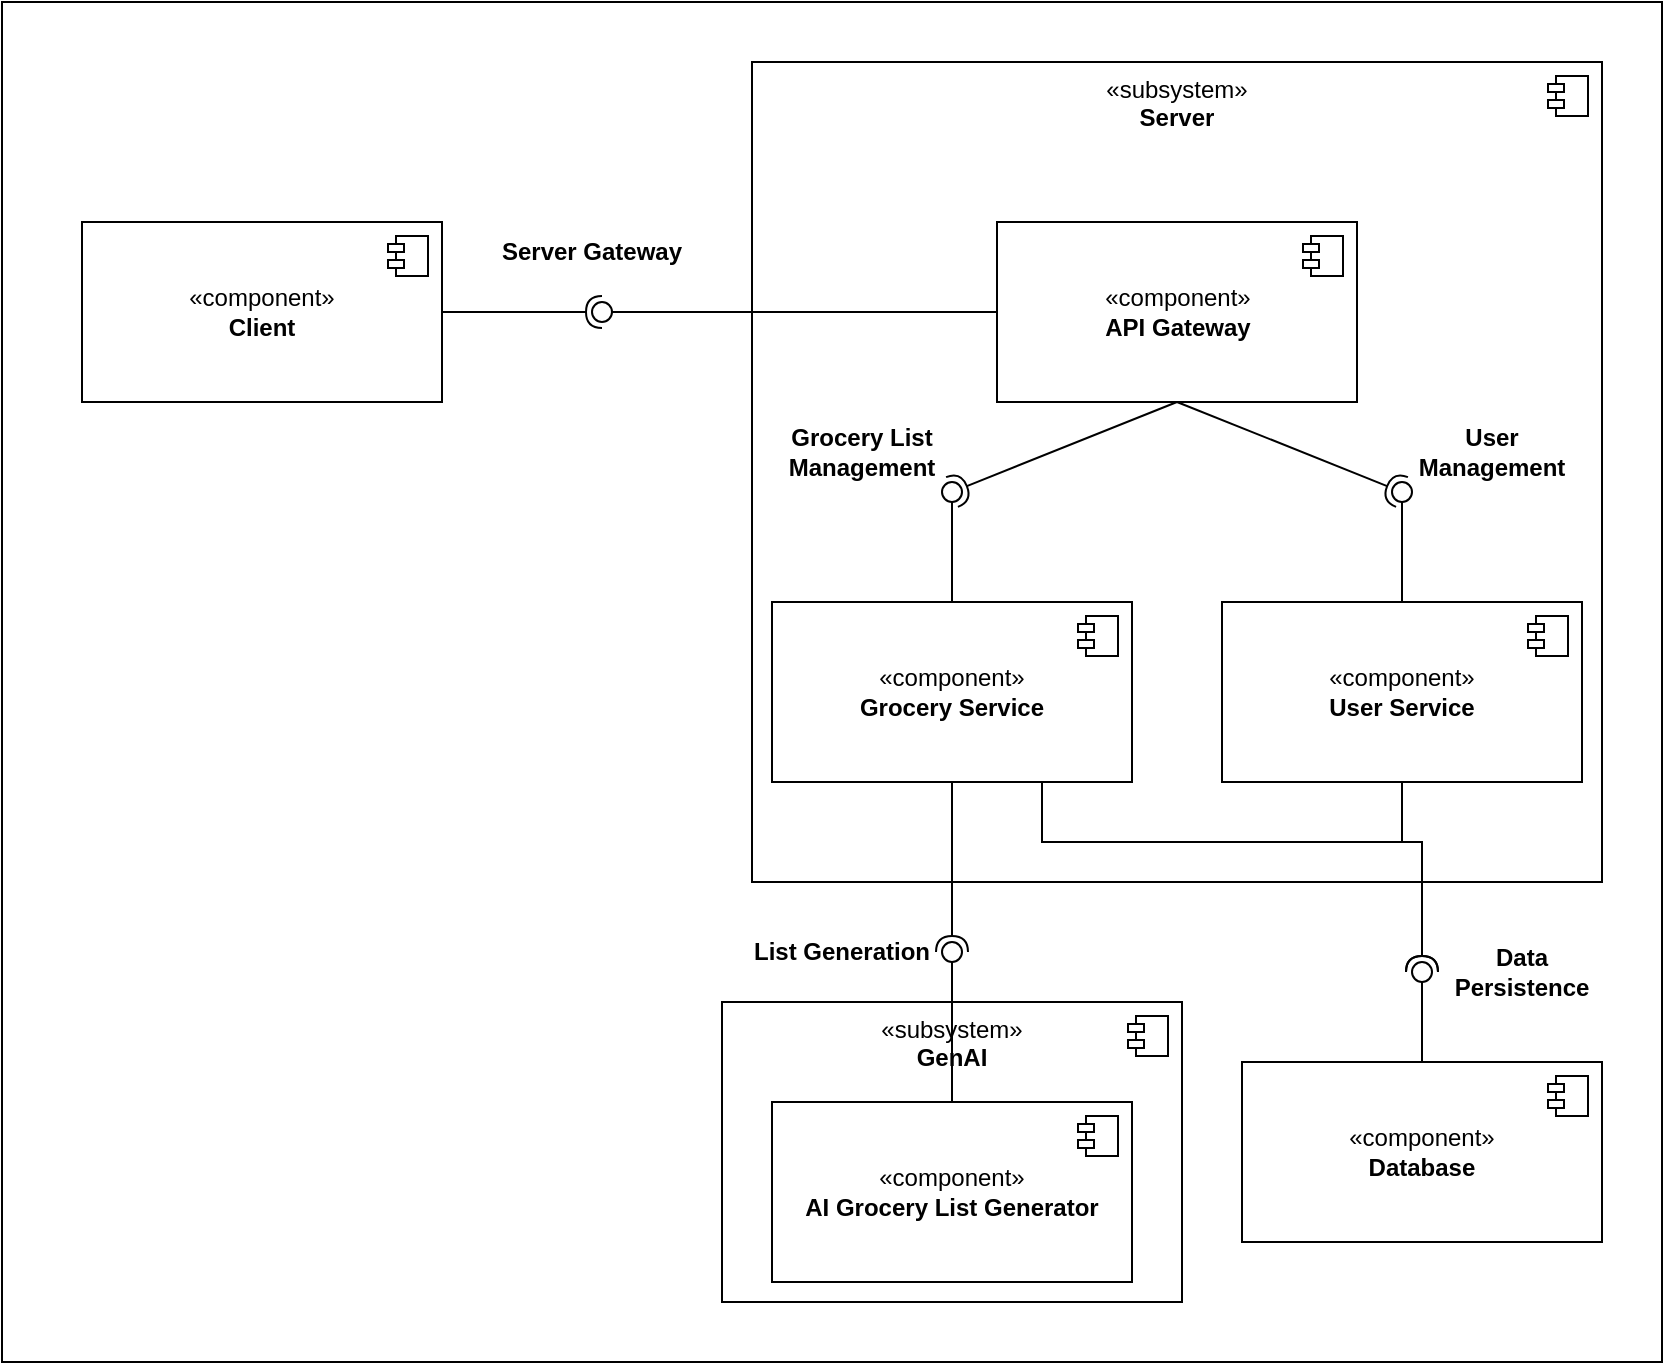
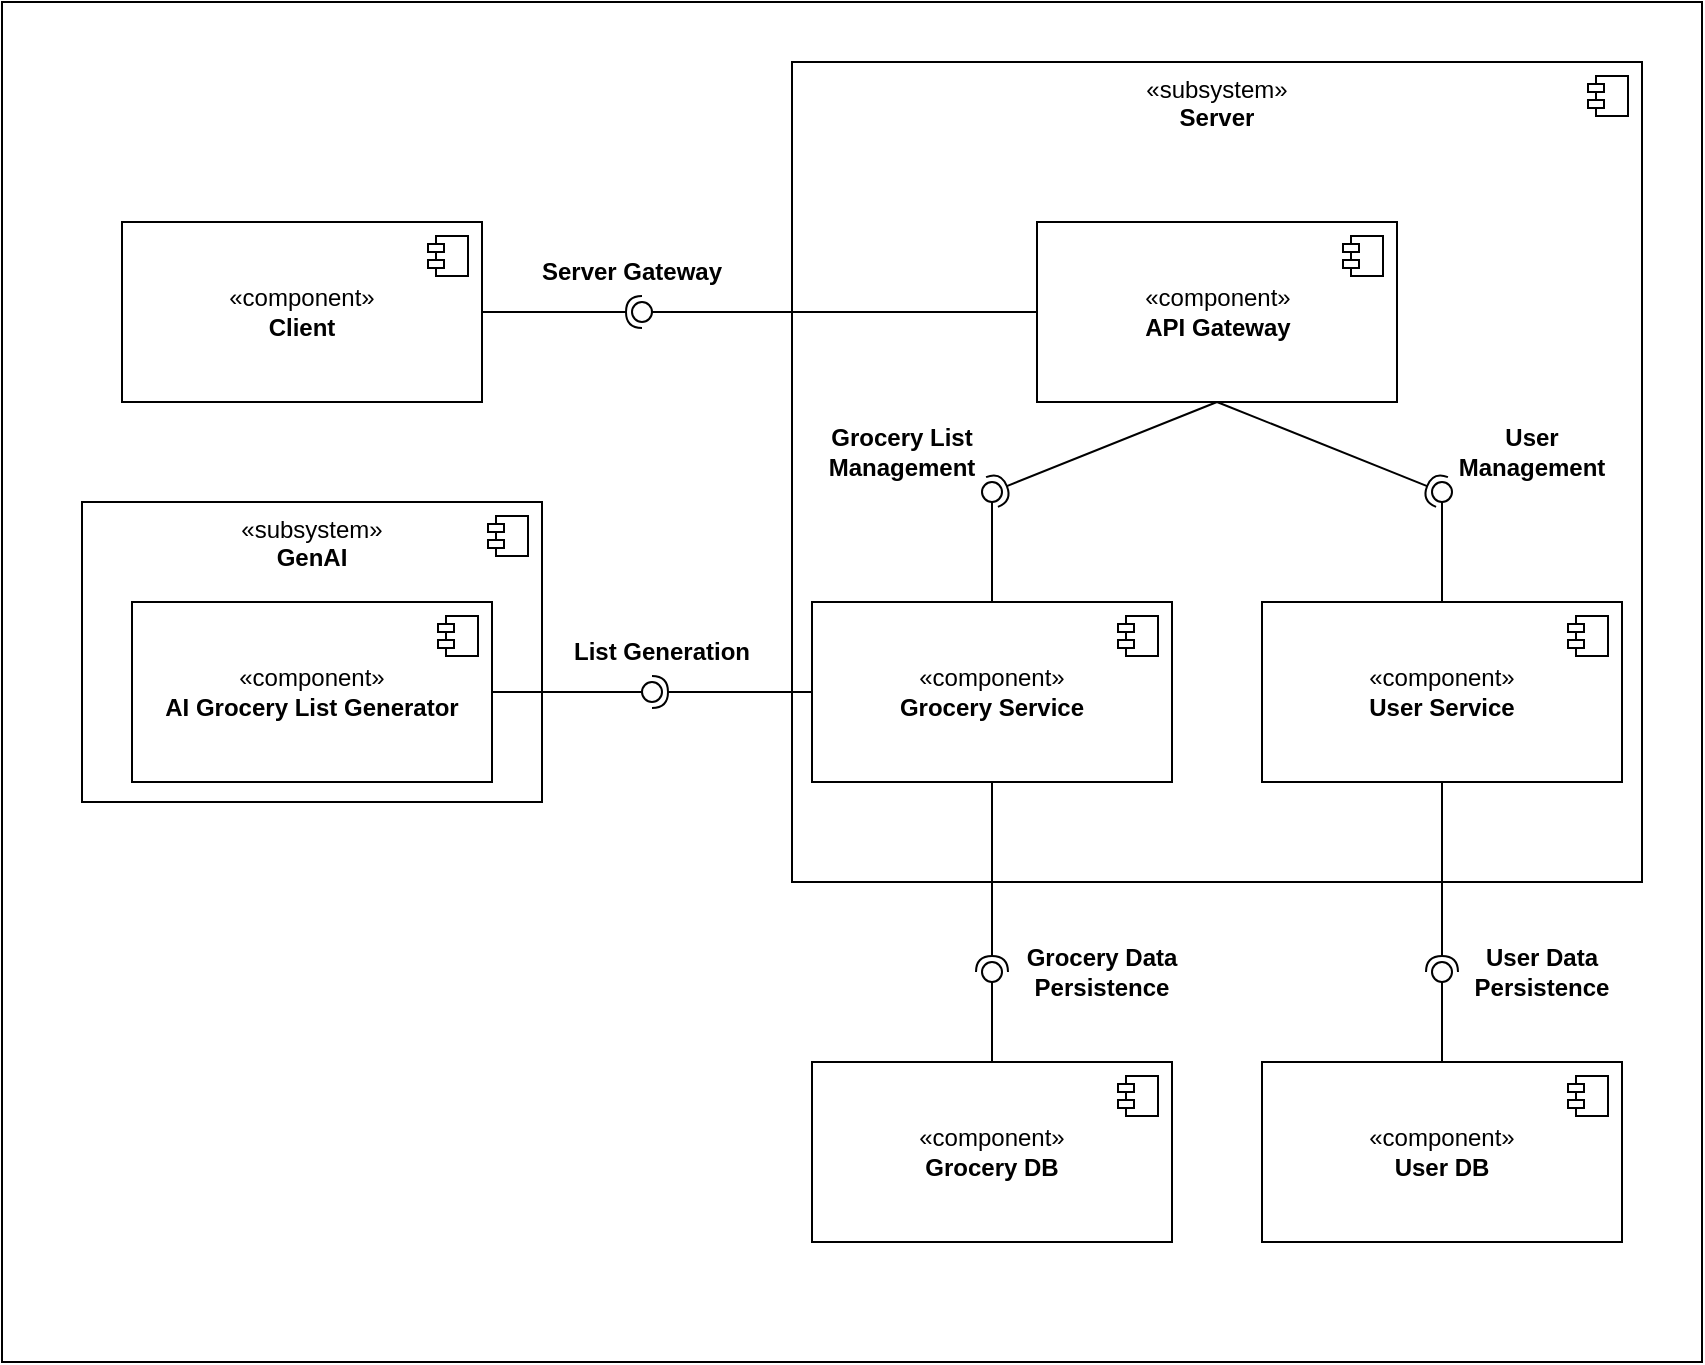
<mxfile host="app.diagrams.net">
  <diagram name="Seite-1" id="3CqmzkKTM3du30RhE17d">
-     <mxGraphModel dx="813" dy="1196" grid="1" gridSize="10" guides="1" tooltips="1" connect="1" arrows="1" fold="1" page="1" pageScale="1" pageWidth="827" pageHeight="1169" math="0" shadow="0">
+     <mxGraphModel dx="2180" dy="1376" grid="1" gridSize="10" guides="1" tooltips="1" connect="1" arrows="1" fold="1" page="1" pageScale="1" pageWidth="827" pageHeight="1169" math="0" shadow="0">
      <root>
        <mxCell id="0" />
        <mxCell id="1" parent="0" />
        <mxCell id="n3mWpFttNgcZEZGQTe_b-2" parent="1" style="swimlane;fontStyle=1;align=center;verticalAlign=top;childLayout=stackLayout;horizontal=1;startSize=26;horizontalStack=0;resizeParent=1;resizeParentMax=0;resizeLast=0;collapsible=1;marginBottom=0;whiteSpace=wrap;html=1;" value="User" vertex="1">
          <mxGeometry height="130" width="160" x="80" y="80" as="geometry" />
        </mxCell>
        <mxCell id="n3mWpFttNgcZEZGQTe_b-3" parent="n3mWpFttNgcZEZGQTe_b-2" style="text;strokeColor=none;fillColor=none;align=left;verticalAlign=top;spacingLeft=4;spacingRight=4;overflow=hidden;rotatable=0;points=[[0,0.5],[1,0.5]];portConstraint=eastwest;whiteSpace=wrap;html=1;" value="- id: UUID&lt;div&gt;- name: String&lt;/div&gt;&lt;div&gt;- password: String&lt;/div&gt;" vertex="1">
          <mxGeometry height="54" width="160" y="26" as="geometry" />
        </mxCell>
        <mxCell id="n3mWpFttNgcZEZGQTe_b-4" parent="n3mWpFttNgcZEZGQTe_b-2" style="line;strokeWidth=1;fillColor=none;align=left;verticalAlign=middle;spacingTop=-1;spacingLeft=3;spacingRight=3;rotatable=0;labelPosition=right;points=[];portConstraint=eastwest;strokeColor=inherit;" value="" vertex="1">
          <mxGeometry height="8" width="160" y="80" as="geometry" />
        </mxCell>
        <mxCell id="n3mWpFttNgcZEZGQTe_b-5" parent="n3mWpFttNgcZEZGQTe_b-2" style="text;strokeColor=none;fillColor=none;align=left;verticalAlign=top;spacingLeft=4;spacingRight=4;overflow=hidden;rotatable=0;points=[[0,0.5],[1,0.5]];portConstraint=eastwest;whiteSpace=wrap;html=1;" value="&lt;div&gt;+ login()&lt;/div&gt;+ resetGroceryList()" vertex="1">
          <mxGeometry height="42" width="160" y="88" as="geometry" />
        </mxCell>
        <mxCell id="n3mWpFttNgcZEZGQTe_b-6" parent="1" style="swimlane;fontStyle=1;align=center;verticalAlign=top;childLayout=stackLayout;horizontal=1;startSize=26;horizontalStack=0;resizeParent=1;resizeParentMax=0;resizeLast=0;collapsible=1;marginBottom=0;whiteSpace=wrap;html=1;" value="GroceryList" vertex="1">
          <mxGeometry height="110" width="160" x="520" y="90" as="geometry" />
        </mxCell>
        <mxCell id="n3mWpFttNgcZEZGQTe_b-7" parent="n3mWpFttNgcZEZGQTe_b-6" style="text;strokeColor=none;fillColor=none;align=left;verticalAlign=top;spacingLeft=4;spacingRight=4;overflow=hidden;rotatable=0;points=[[0,0.5],[1,0.5]];portConstraint=eastwest;whiteSpace=wrap;html=1;" value="- id: UUID" vertex="1">
          <mxGeometry height="34" width="160" y="26" as="geometry" />
        </mxCell>
        <mxCell id="n3mWpFttNgcZEZGQTe_b-8" parent="n3mWpFttNgcZEZGQTe_b-6" style="line;strokeWidth=1;fillColor=none;align=left;verticalAlign=middle;spacingTop=-1;spacingLeft=3;spacingRight=3;rotatable=0;labelPosition=right;points=[];portConstraint=eastwest;strokeColor=inherit;" value="" vertex="1">
          <mxGeometry height="8" width="160" y="60" as="geometry" />
        </mxCell>
        <mxCell id="n3mWpFttNgcZEZGQTe_b-9" parent="n3mWpFttNgcZEZGQTe_b-6" style="text;strokeColor=none;fillColor=none;align=left;verticalAlign=top;spacingLeft=4;spacingRight=4;overflow=hidden;rotatable=0;points=[[0,0.5],[1,0.5]];portConstraint=eastwest;whiteSpace=wrap;html=1;" value="+ addItem()&lt;div&gt;+ removeItem()&lt;/div&gt;" vertex="1">
          <mxGeometry height="42" width="160" y="68" as="geometry" />
        </mxCell>
        <mxCell id="n3mWpFttNgcZEZGQTe_b-10" parent="1" style="swimlane;fontStyle=1;align=center;verticalAlign=top;childLayout=stackLayout;horizontal=1;startSize=26;horizontalStack=0;resizeParent=1;resizeParentMax=0;resizeLast=0;collapsible=1;marginBottom=0;whiteSpace=wrap;html=1;" value="GroceryItem" vertex="1">
          <mxGeometry height="140" width="160" x="510" y="280" as="geometry" />
        </mxCell>
        <mxCell id="n3mWpFttNgcZEZGQTe_b-11" parent="n3mWpFttNgcZEZGQTe_b-10" style="text;strokeColor=none;fillColor=none;align=left;verticalAlign=top;spacingLeft=4;spacingRight=4;overflow=hidden;rotatable=0;points=[[0,0.5],[1,0.5]];portConstraint=eastwest;whiteSpace=wrap;html=1;" value="- name: String&lt;div&gt;- quantity: float&lt;/div&gt;&lt;div&gt;- unit: String&lt;/div&gt;" vertex="1">
          <mxGeometry height="64" width="160" y="26" as="geometry" />
        </mxCell>
        <mxCell id="n3mWpFttNgcZEZGQTe_b-12" parent="n3mWpFttNgcZEZGQTe_b-10" style="line;strokeWidth=1;fillColor=none;align=left;verticalAlign=middle;spacingTop=-1;spacingLeft=3;spacingRight=3;rotatable=0;labelPosition=right;points=[];portConstraint=eastwest;strokeColor=inherit;" value="" vertex="1">
          <mxGeometry height="8" width="160" y="90" as="geometry" />
        </mxCell>
        <mxCell id="n3mWpFttNgcZEZGQTe_b-13" parent="n3mWpFttNgcZEZGQTe_b-10" style="text;strokeColor=none;fillColor=none;align=left;verticalAlign=top;spacingLeft=4;spacingRight=4;overflow=hidden;rotatable=0;points=[[0,0.5],[1,0.5]];portConstraint=eastwest;whiteSpace=wrap;html=1;" value="+ addItem()&lt;div&gt;+ removeItem()&lt;/div&gt;" vertex="1">
          <mxGeometry height="42" width="160" y="98" as="geometry" />
        </mxCell>
        <mxCell id="5VLlb7RSpZgbVUeRD6Xn-1" parent="1" style="rounded=0;whiteSpace=wrap;html=1;" value="" vertex="1">
-           <mxGeometry height="680" width="830" y="40" as="geometry" />
+           <mxGeometry height="680" width="850" x="-20" y="40" as="geometry" />
        </mxCell>
        <mxCell id="5VLlb7RSpZgbVUeRD6Xn-2" parent="1" style="html=1;dropTarget=0;whiteSpace=wrap;verticalAlign=top;" value="«subsystem»&lt;br&gt;&lt;b&gt;GenAI&lt;/b&gt;" vertex="1">
-           <mxGeometry height="150" width="230" x="360" y="540" as="geometry" />
+           <mxGeometry height="150" width="230" x="20" y="290" as="geometry" />
        </mxCell>
        <mxCell id="5VLlb7RSpZgbVUeRD6Xn-3" parent="5VLlb7RSpZgbVUeRD6Xn-2" style="shape=module;jettyWidth=8;jettyHeight=4;" value="" vertex="1">
          <mxGeometry height="20" relative="1" width="20" x="1" as="geometry">
            <mxPoint x="-27" y="7" as="offset" />
          </mxGeometry>
        </mxCell>
        <mxCell id="5VLlb7RSpZgbVUeRD6Xn-4" parent="1" style="html=1;dropTarget=0;whiteSpace=wrap;verticalAlign=top;" value="«subsystem»&lt;br&gt;&lt;b&gt;Server&lt;/b&gt;" vertex="1">
          <mxGeometry height="410" width="425" x="375" y="70" as="geometry" />
        </mxCell>
        <mxCell id="5VLlb7RSpZgbVUeRD6Xn-5" parent="5VLlb7RSpZgbVUeRD6Xn-4" style="shape=module;jettyWidth=8;jettyHeight=4;" value="" vertex="1">
          <mxGeometry height="20" relative="1" width="20" x="1" as="geometry">
            <mxPoint x="-27" y="7" as="offset" />
          </mxGeometry>
        </mxCell>
        <mxCell id="5VLlb7RSpZgbVUeRD6Xn-6" parent="1" style="html=1;dropTarget=0;whiteSpace=wrap;" value="«component»&lt;br&gt;&lt;b&gt;Client&lt;/b&gt;" vertex="1">
          <mxGeometry height="90" width="180" x="40" y="150" as="geometry" />
        </mxCell>
        <mxCell id="5VLlb7RSpZgbVUeRD6Xn-7" parent="5VLlb7RSpZgbVUeRD6Xn-6" style="shape=module;jettyWidth=8;jettyHeight=4;" value="" vertex="1">
          <mxGeometry height="20" relative="1" width="20" x="1" as="geometry">
            <mxPoint x="-27" y="7" as="offset" />
          </mxGeometry>
        </mxCell>
        <mxCell id="5VLlb7RSpZgbVUeRD6Xn-8" parent="1" style="html=1;dropTarget=0;whiteSpace=wrap;" value="«component»&lt;br&gt;&lt;b&gt;API Gateway&lt;/b&gt;" vertex="1">
          <mxGeometry height="90" width="180" x="497.5" y="150" as="geometry" />
        </mxCell>
        <mxCell id="5VLlb7RSpZgbVUeRD6Xn-9" parent="5VLlb7RSpZgbVUeRD6Xn-8" style="shape=module;jettyWidth=8;jettyHeight=4;" value="" vertex="1">
          <mxGeometry height="20" relative="1" width="20" x="1" as="geometry">
            <mxPoint x="-27" y="7" as="offset" />
          </mxGeometry>
        </mxCell>
        <mxCell id="5VLlb7RSpZgbVUeRD6Xn-10" parent="1" style="ellipse;whiteSpace=wrap;html=1;align=center;aspect=fixed;fillColor=none;strokeColor=none;resizable=0;perimeter=centerPerimeter;rotatable=0;allowArrows=0;points=[];outlineConnect=1;" value="" vertex="1">
          <mxGeometry height="10" width="10" x="405" y="310" as="geometry" />
        </mxCell>
        <mxCell id="5VLlb7RSpZgbVUeRD6Xn-11" edge="1" parent="1" source="5VLlb7RSpZgbVUeRD6Xn-6" style="rounded=0;orthogonalLoop=1;jettySize=auto;html=1;endArrow=halfCircle;endFill=0;endSize=6;strokeWidth=1;sketch=0;exitX=1;exitY=0.5;exitDx=0;exitDy=0;" value="">
          <mxGeometry relative="1" as="geometry">
            <mxPoint x="277.5" y="320" as="sourcePoint" />
            <mxPoint x="300" y="195" as="targetPoint" />
          </mxGeometry>
        </mxCell>
        <mxCell id="5VLlb7RSpZgbVUeRD6Xn-12" edge="1" parent="1" source="5VLlb7RSpZgbVUeRD6Xn-8" style="rounded=0;orthogonalLoop=1;jettySize=auto;html=1;endArrow=oval;endFill=0;sketch=0;sourcePerimeterSpacing=0;targetPerimeterSpacing=0;endSize=10;exitX=0;exitY=0.5;exitDx=0;exitDy=0;" value="">
          <mxGeometry relative="1" as="geometry">
            <mxPoint x="340" y="220" as="sourcePoint" />
            <mxPoint x="300" y="195" as="targetPoint" />
          </mxGeometry>
        </mxCell>
        <mxCell id="5VLlb7RSpZgbVUeRD6Xn-13" parent="1" style="ellipse;whiteSpace=wrap;html=1;align=center;aspect=fixed;fillColor=none;strokeColor=none;resizable=0;perimeter=centerPerimeter;rotatable=0;allowArrows=0;points=[];outlineConnect=1;" value="" vertex="1">
          <mxGeometry height="10" width="10" x="375" y="190" as="geometry" />
        </mxCell>
        <mxCell id="5VLlb7RSpZgbVUeRD6Xn-14" parent="1" style="text;html=1;whiteSpace=wrap;strokeColor=none;fillColor=none;align=center;verticalAlign=middle;rounded=0;" value="&lt;b&gt;Server Gateway&lt;/b&gt;" vertex="1">
-           <mxGeometry height="30" width="110" x="240" y="150" as="geometry" />
+           <mxGeometry height="30" width="110" x="240" y="160" as="geometry" />
        </mxCell>
        <mxCell id="5VLlb7RSpZgbVUeRD6Xn-15" parent="1" style="html=1;dropTarget=0;whiteSpace=wrap;" value="«component»&lt;br&gt;&lt;b&gt;Grocery Service&lt;/b&gt;" vertex="1">
          <mxGeometry height="90" width="180" x="385" y="340" as="geometry" />
        </mxCell>
        <mxCell id="5VLlb7RSpZgbVUeRD6Xn-16" parent="5VLlb7RSpZgbVUeRD6Xn-15" style="shape=module;jettyWidth=8;jettyHeight=4;" value="" vertex="1">
          <mxGeometry height="20" relative="1" width="20" x="1" as="geometry">
            <mxPoint x="-27" y="7" as="offset" />
          </mxGeometry>
        </mxCell>
        <mxCell id="5VLlb7RSpZgbVUeRD6Xn-17" parent="1" style="html=1;dropTarget=0;whiteSpace=wrap;" value="«component»&lt;br&gt;&lt;b&gt;User Service&lt;/b&gt;" vertex="1">
          <mxGeometry height="90" width="180" x="610" y="340" as="geometry" />
        </mxCell>
        <mxCell id="5VLlb7RSpZgbVUeRD6Xn-18" parent="5VLlb7RSpZgbVUeRD6Xn-17" style="shape=module;jettyWidth=8;jettyHeight=4;" value="" vertex="1">
          <mxGeometry height="20" relative="1" width="20" x="1" as="geometry">
            <mxPoint x="-27" y="7" as="offset" />
          </mxGeometry>
        </mxCell>
        <mxCell id="5VLlb7RSpZgbVUeRD6Xn-19" parent="1" style="html=1;dropTarget=0;whiteSpace=wrap;" value="«component»&lt;br&gt;&lt;b&gt;AI Grocery List Generator&lt;/b&gt;" vertex="1">
-           <mxGeometry height="90" width="180" x="385" y="590" as="geometry" />
+           <mxGeometry height="90" width="180" x="45" y="340" as="geometry" />
        </mxCell>
        <mxCell id="5VLlb7RSpZgbVUeRD6Xn-20" parent="5VLlb7RSpZgbVUeRD6Xn-19" style="shape=module;jettyWidth=8;jettyHeight=4;" value="" vertex="1">
          <mxGeometry height="20" relative="1" width="20" x="1" as="geometry">
            <mxPoint x="-27" y="7" as="offset" />
          </mxGeometry>
        </mxCell>
        <mxCell id="5VLlb7RSpZgbVUeRD6Xn-21" edge="1" parent="1" source="5VLlb7RSpZgbVUeRD6Xn-8" style="rounded=0;orthogonalLoop=1;jettySize=auto;html=1;endArrow=halfCircle;endFill=0;endSize=6;strokeWidth=1;sketch=0;exitX=0.5;exitY=1;exitDx=0;exitDy=0;" target="5VLlb7RSpZgbVUeRD6Xn-23" value="">
          <mxGeometry relative="1" as="geometry">
            <mxPoint x="520" y="285" as="sourcePoint" />
          </mxGeometry>
        </mxCell>
        <mxCell id="5VLlb7RSpZgbVUeRD6Xn-22" edge="1" parent="1" source="5VLlb7RSpZgbVUeRD6Xn-15" style="rounded=0;orthogonalLoop=1;jettySize=auto;html=1;endArrow=oval;endFill=0;sketch=0;sourcePerimeterSpacing=0;targetPerimeterSpacing=0;endSize=10;entryX=0.3;entryY=0.9;entryDx=0;entryDy=0;entryPerimeter=0;exitX=0.5;exitY=0;exitDx=0;exitDy=0;" target="5VLlb7RSpZgbVUeRD6Xn-23" value="">
          <mxGeometry relative="1" as="geometry">
            <mxPoint x="220" y="340" as="sourcePoint" />
          </mxGeometry>
        </mxCell>
        <mxCell id="5VLlb7RSpZgbVUeRD6Xn-23" parent="1" style="ellipse;whiteSpace=wrap;html=1;align=center;aspect=fixed;fillColor=none;strokeColor=none;resizable=0;perimeter=centerPerimeter;rotatable=0;allowArrows=0;points=[];outlineConnect=1;" value="" vertex="1">
          <mxGeometry height="10" width="10" x="470" y="280" as="geometry" />
        </mxCell>
        <mxCell id="5VLlb7RSpZgbVUeRD6Xn-24" edge="1" parent="1" source="5VLlb7RSpZgbVUeRD6Xn-8" style="rounded=0;orthogonalLoop=1;jettySize=auto;html=1;endArrow=halfCircle;endFill=0;endSize=6;strokeWidth=1;sketch=0;exitX=0.5;exitY=1;exitDx=0;exitDy=0;" target="5VLlb7RSpZgbVUeRD6Xn-26" value="">
          <mxGeometry relative="1" as="geometry">
            <mxPoint x="700" y="295" as="sourcePoint" />
          </mxGeometry>
        </mxCell>
        <mxCell id="5VLlb7RSpZgbVUeRD6Xn-25" edge="1" parent="1" source="5VLlb7RSpZgbVUeRD6Xn-17" style="rounded=0;orthogonalLoop=1;jettySize=auto;html=1;endArrow=oval;endFill=0;sketch=0;sourcePerimeterSpacing=0;targetPerimeterSpacing=0;endSize=10;entryX=0.2;entryY=0.7;entryDx=0;entryDy=0;entryPerimeter=0;exitX=0.5;exitY=0;exitDx=0;exitDy=0;" target="5VLlb7RSpZgbVUeRD6Xn-26" value="">
          <mxGeometry relative="1" as="geometry">
            <mxPoint x="200" y="330" as="sourcePoint" />
          </mxGeometry>
        </mxCell>
        <mxCell id="5VLlb7RSpZgbVUeRD6Xn-26" parent="1" style="ellipse;whiteSpace=wrap;html=1;align=center;aspect=fixed;fillColor=none;strokeColor=none;resizable=0;perimeter=centerPerimeter;rotatable=0;allowArrows=0;points=[];outlineConnect=1;" value="" vertex="1">
          <mxGeometry height="10" width="10" x="695" y="280" as="geometry" />
        </mxCell>
        <mxCell id="5VLlb7RSpZgbVUeRD6Xn-27" parent="1" style="text;html=1;whiteSpace=wrap;strokeColor=none;fillColor=none;align=center;verticalAlign=middle;rounded=0;" value="&lt;b&gt;Grocery List Management&lt;/b&gt;" vertex="1">
          <mxGeometry height="30" width="60" x="400" y="250" as="geometry" />
        </mxCell>
        <mxCell id="5VLlb7RSpZgbVUeRD6Xn-28" parent="1" style="text;html=1;whiteSpace=wrap;strokeColor=none;fillColor=none;align=center;verticalAlign=middle;rounded=0;" value="&lt;b&gt;User Management&lt;/b&gt;" vertex="1">
          <mxGeometry height="30" width="60" x="715" y="250" as="geometry" />
        </mxCell>
        <mxCell id="5VLlb7RSpZgbVUeRD6Xn-29" parent="1" style="text;html=1;whiteSpace=wrap;strokeColor=none;fillColor=none;align=center;verticalAlign=middle;rounded=0;" value="&lt;b&gt;List Generation&lt;/b&gt;" vertex="1">
-           <mxGeometry height="30" width="100" x="370" y="500" as="geometry" />
+           <mxGeometry height="30" width="100" x="260" y="350" as="geometry" />
        </mxCell>
        <mxCell id="5VLlb7RSpZgbVUeRD6Xn-30" parent="1" style="ellipse;whiteSpace=wrap;html=1;align=center;aspect=fixed;fillColor=none;strokeColor=none;resizable=0;perimeter=centerPerimeter;rotatable=0;allowArrows=0;points=[];outlineConnect=1;" value="" vertex="1">
          <mxGeometry height="10" width="10" x="485" y="450" as="geometry" />
        </mxCell>
-         <mxCell id="5VLlb7RSpZgbVUeRD6Xn-31" edge="1" parent="1" source="5VLlb7RSpZgbVUeRD6Xn-15" style="rounded=0;orthogonalLoop=1;jettySize=auto;html=1;endArrow=halfCircle;endFill=0;endSize=6;strokeWidth=1;sketch=0;exitX=0.5;exitY=1;exitDx=0;exitDy=0;" value="">
+         <mxCell id="5VLlb7RSpZgbVUeRD6Xn-31" edge="1" parent="1" source="5VLlb7RSpZgbVUeRD6Xn-15" style="rounded=0;orthogonalLoop=1;jettySize=auto;html=1;endArrow=halfCircle;endFill=0;endSize=6;strokeWidth=1;sketch=0;exitX=0;exitY=0.5;exitDx=0;exitDy=0;entryX=0.554;entryY=0.478;entryDx=0;entryDy=0;entryPerimeter=0;" target="5VLlb7RSpZgbVUeRD6Xn-33" value="">
          <mxGeometry relative="1" as="geometry">
            <mxPoint x="510" y="515" as="sourcePoint" />
            <mxPoint x="475" y="515" as="targetPoint" />
          </mxGeometry>
        </mxCell>
-         <mxCell id="5VLlb7RSpZgbVUeRD6Xn-32" edge="1" parent="1" source="5VLlb7RSpZgbVUeRD6Xn-19" style="rounded=0;orthogonalLoop=1;jettySize=auto;html=1;endArrow=oval;endFill=0;sketch=0;sourcePerimeterSpacing=0;targetPerimeterSpacing=0;endSize=10;exitX=0.5;exitY=0;exitDx=0;exitDy=0;" target="5VLlb7RSpZgbVUeRD6Xn-33" value="">
+         <mxCell id="5VLlb7RSpZgbVUeRD6Xn-32" edge="1" parent="1" source="5VLlb7RSpZgbVUeRD6Xn-19" style="rounded=0;orthogonalLoop=1;jettySize=auto;html=1;endArrow=oval;endFill=0;sketch=0;sourcePerimeterSpacing=0;targetPerimeterSpacing=0;endSize=10;exitX=1;exitY=0.5;exitDx=0;exitDy=0;" target="5VLlb7RSpZgbVUeRD6Xn-33" value="">
          <mxGeometry relative="1" as="geometry">
            <mxPoint x="470" y="515" as="sourcePoint" />
          </mxGeometry>
        </mxCell>
        <mxCell id="5VLlb7RSpZgbVUeRD6Xn-33" parent="1" style="ellipse;whiteSpace=wrap;html=1;align=center;aspect=fixed;fillColor=none;strokeColor=none;resizable=0;perimeter=centerPerimeter;rotatable=0;allowArrows=0;points=[];outlineConnect=1;" value="" vertex="1">
-           <mxGeometry height="10" width="10" x="470" y="510" as="geometry" />
-         </mxCell>
-         <mxCell id="5VLlb7RSpZgbVUeRD6Xn-34" parent="1" style="html=1;dropTarget=0;whiteSpace=wrap;" value="«component»&lt;br&gt;&lt;b&gt;Database&lt;/b&gt;" vertex="1">
-           <mxGeometry height="90" width="180" x="620" y="570" as="geometry" />
+           <mxGeometry height="10" width="10" x="300" y="380" as="geometry" />
+         </mxCell>
+         <mxCell id="5VLlb7RSpZgbVUeRD6Xn-34" parent="1" style="html=1;dropTarget=0;whiteSpace=wrap;" value="«component»&lt;br&gt;&lt;b&gt;User DB&lt;/b&gt;" vertex="1">
+           <mxGeometry height="90" width="180" x="610" y="570" as="geometry" />
        </mxCell>
        <mxCell id="5VLlb7RSpZgbVUeRD6Xn-35" parent="5VLlb7RSpZgbVUeRD6Xn-34" style="shape=module;jettyWidth=8;jettyHeight=4;" value="" vertex="1">
          <mxGeometry height="20" relative="1" width="20" x="1" as="geometry">
            <mxPoint x="-27" y="7" as="offset" />
          </mxGeometry>
        </mxCell>
        <mxCell id="5VLlb7RSpZgbVUeRD6Xn-36" edge="1" parent="1" source="5VLlb7RSpZgbVUeRD6Xn-17" style="rounded=0;orthogonalLoop=1;jettySize=auto;html=1;endArrow=halfCircle;endFill=0;endSize=6;strokeWidth=1;sketch=0;exitX=0.5;exitY=1;exitDx=0;exitDy=0;" target="5VLlb7RSpZgbVUeRD6Xn-38" value="">
          <mxGeometry relative="1" as="geometry">
            <Array as="points">
              <mxPoint x="700" y="460" />
-               <mxPoint x="710" y="460" />
            </Array>
            <mxPoint x="735" y="525" as="sourcePoint" />
          </mxGeometry>
        </mxCell>
        <mxCell id="5VLlb7RSpZgbVUeRD6Xn-37" edge="1" parent="1" source="5VLlb7RSpZgbVUeRD6Xn-34" style="rounded=0;orthogonalLoop=1;jettySize=auto;html=1;endArrow=oval;endFill=0;sketch=0;sourcePerimeterSpacing=0;targetPerimeterSpacing=0;endSize=10;exitX=0.5;exitY=0;exitDx=0;exitDy=0;entryX=-0.434;entryY=0.283;entryDx=0;entryDy=0;entryPerimeter=0;" target="5VLlb7RSpZgbVUeRD6Xn-38" value="">
          <mxGeometry relative="1" as="geometry">
            <mxPoint x="695" y="525" as="sourcePoint" />
          </mxGeometry>
        </mxCell>
        <mxCell id="5VLlb7RSpZgbVUeRD6Xn-38" parent="1" style="ellipse;whiteSpace=wrap;html=1;align=center;aspect=fixed;fillColor=none;strokeColor=none;resizable=0;perimeter=centerPerimeter;rotatable=0;allowArrows=0;points=[];outlineConnect=1;" value="" vertex="1">
-           <mxGeometry height="10" width="10" x="705" y="520" as="geometry" />
-         </mxCell>
-         <mxCell id="5VLlb7RSpZgbVUeRD6Xn-39" edge="1" parent="1" source="5VLlb7RSpZgbVUeRD6Xn-15" style="rounded=0;orthogonalLoop=1;jettySize=auto;html=1;endArrow=halfCircle;endFill=0;endSize=6;strokeWidth=1;sketch=0;exitX=0.75;exitY=1;exitDx=0;exitDy=0;entryX=0.686;entryY=0.352;entryDx=0;entryDy=0;entryPerimeter=0;" target="5VLlb7RSpZgbVUeRD6Xn-38" value="">
+           <mxGeometry height="10" width="10" x="695" y="520" as="geometry" />
+         </mxCell>
+         <mxCell id="5VLlb7RSpZgbVUeRD6Xn-40" parent="1" style="text;html=1;whiteSpace=wrap;strokeColor=none;fillColor=none;align=center;verticalAlign=middle;rounded=0;" value="&lt;b&gt;User Data Persistence&lt;/b&gt;" vertex="1">
+           <mxGeometry height="40" width="100" x="700" y="505" as="geometry" />
+         </mxCell>
+         <mxCell id="FCCcoOl_6RRor5Mku52d-1" parent="1" style="html=1;dropTarget=0;whiteSpace=wrap;" value="«component»&lt;br&gt;&lt;b&gt;Grocery DB&lt;/b&gt;" vertex="1">
+           <mxGeometry height="90" width="180" x="385" y="570" as="geometry" />
+         </mxCell>
+         <mxCell id="FCCcoOl_6RRor5Mku52d-2" parent="FCCcoOl_6RRor5Mku52d-1" style="shape=module;jettyWidth=8;jettyHeight=4;" value="" vertex="1">
+           <mxGeometry height="20" relative="1" width="20" x="1" as="geometry">
+             <mxPoint x="-27" y="7" as="offset" />
+           </mxGeometry>
+         </mxCell>
+         <mxCell id="FCCcoOl_6RRor5Mku52d-8" edge="1" parent="1" style="rounded=0;orthogonalLoop=1;jettySize=auto;html=1;endArrow=halfCircle;endFill=0;endSize=6;strokeWidth=1;sketch=0;exitX=0.5;exitY=1;exitDx=0;exitDy=0;" target="FCCcoOl_6RRor5Mku52d-10" value="">
          <mxGeometry relative="1" as="geometry">
            <Array as="points">
-               <mxPoint x="520" y="460" />
-               <mxPoint x="710" y="460" />
+               <mxPoint x="475" y="460" />
            </Array>
-             <mxPoint x="620" y="545" as="sourcePoint" />
-             <mxPoint x="600" y="544.9999999999999" as="targetPoint" />
-           </mxGeometry>
-         </mxCell>
-         <mxCell id="5VLlb7RSpZgbVUeRD6Xn-40" parent="1" style="text;html=1;whiteSpace=wrap;strokeColor=none;fillColor=none;align=center;verticalAlign=middle;rounded=0;" value="&lt;b&gt;Data Persistence&lt;/b&gt;" vertex="1">
-           <mxGeometry height="30" width="60" x="730" y="510" as="geometry" />
+             <mxPoint x="475" y="430" as="sourcePoint" />
+           </mxGeometry>
+         </mxCell>
+         <mxCell id="FCCcoOl_6RRor5Mku52d-9" edge="1" parent="1" style="rounded=0;orthogonalLoop=1;jettySize=auto;html=1;endArrow=oval;endFill=0;sketch=0;sourcePerimeterSpacing=0;targetPerimeterSpacing=0;endSize=10;exitX=0.5;exitY=0;exitDx=0;exitDy=0;entryX=-0.434;entryY=0.283;entryDx=0;entryDy=0;entryPerimeter=0;" target="FCCcoOl_6RRor5Mku52d-10" value="">
+           <mxGeometry relative="1" as="geometry">
+             <mxPoint x="475" y="570" as="sourcePoint" />
+           </mxGeometry>
+         </mxCell>
+         <mxCell id="FCCcoOl_6RRor5Mku52d-10" parent="1" style="ellipse;whiteSpace=wrap;html=1;align=center;aspect=fixed;fillColor=none;strokeColor=none;resizable=0;perimeter=centerPerimeter;rotatable=0;allowArrows=0;points=[];outlineConnect=1;" value="" vertex="1">
+           <mxGeometry height="10" width="10" x="470" y="520" as="geometry" />
+         </mxCell>
+         <mxCell id="FCCcoOl_6RRor5Mku52d-11" parent="1" style="text;html=1;whiteSpace=wrap;strokeColor=none;fillColor=none;align=center;verticalAlign=middle;rounded=0;" value="&lt;b&gt;Grocery Data Persistence&lt;/b&gt;" vertex="1">
+           <mxGeometry height="40" width="100" x="480" y="505" as="geometry" />
        </mxCell>
      </root>
    </mxGraphModel>
  </diagram>
</mxfile>
